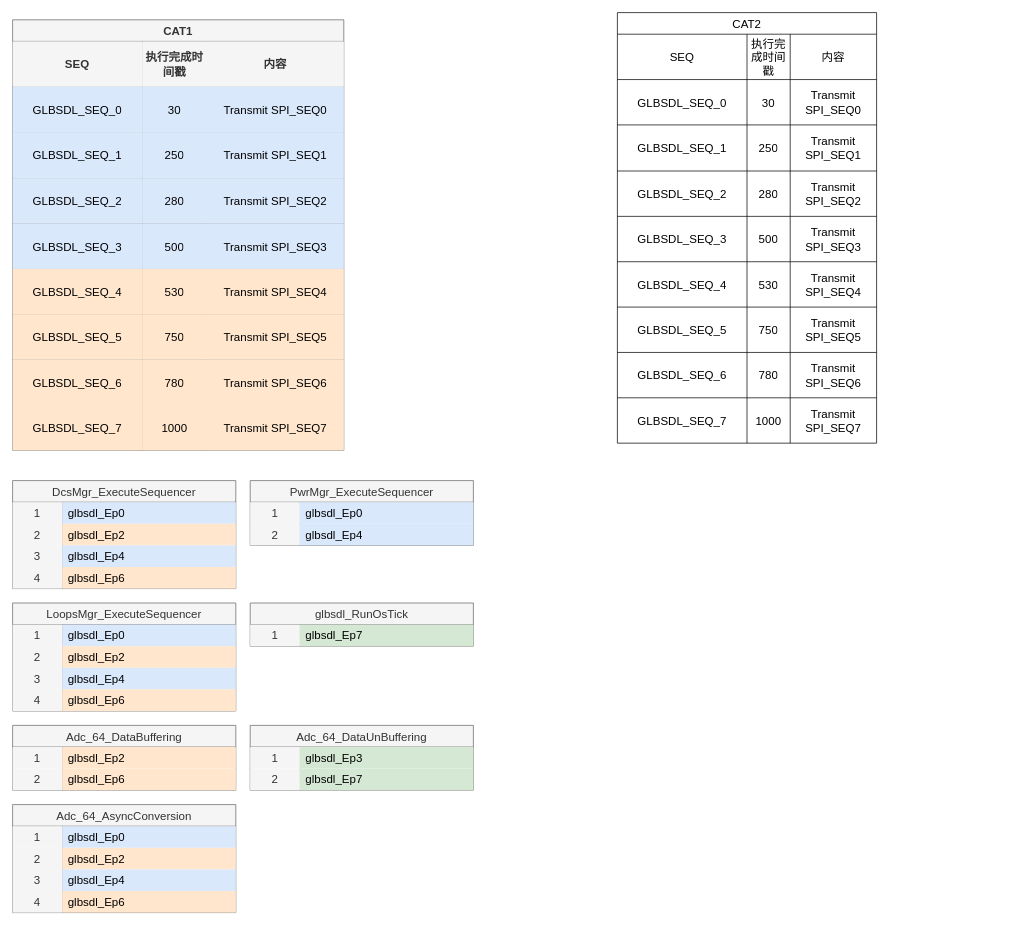
Before: glbsdl.drawio in woshitanwang/pics_procdure, a draw.io diagram. Source tidied: cells renumbered, new cells numbered last; positions are measured from the earlier drawing's top-left corner, leaving out a move shared by most shapes. Both pictures are drawn from the tidied source at 72%, with x=0, y=0 at pixel (12, 12).
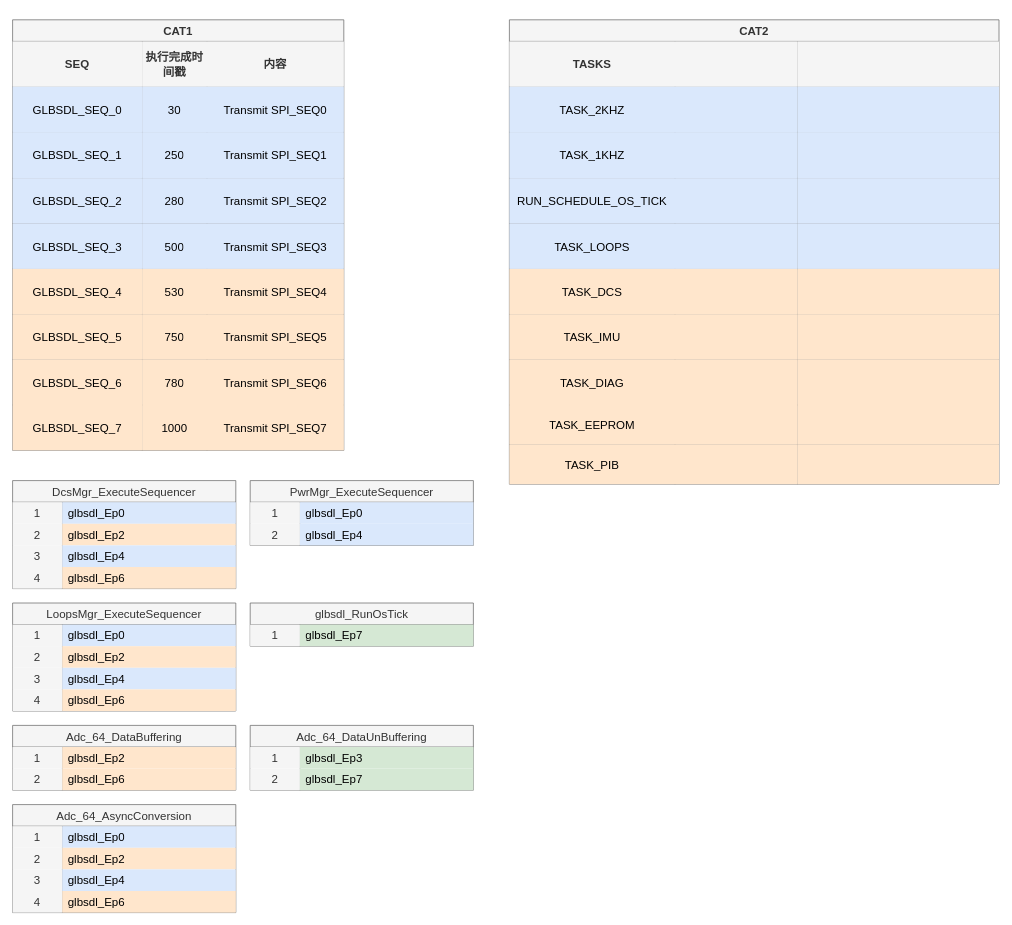
After the change.

Diff of the diagram source:
```diff
@@
-    <mxCell id="39" value="CAT2" style="shape=table;startSize=30;childLayout=tableLayout;strokeColor=default;fontSize=16;" parent="1" vertex="1">
-      <mxGeometry x="840" width="360" height="598" as="geometry" />
-    </mxCell>
-    <mxCell id="40" style="shape=tableRow;horizontal=0;startSize=0;swimlaneHead=0;swimlaneBody=0;strokeColor=inherit;top=0;left=0;bottom=0;right=0;fillColor=none;fontSize=16;" parent="39" vertex="1">
-      <mxGeometry y="30" width="360" height="63" as="geometry" />
-    </mxCell>
-    <mxCell id="41" value="SEQ" style="shape=partialRectangle;html=1;whiteSpace=wrap;strokeColor=inherit;overflow=hidden;fillColor=none;top=0;left=0;bottom=0;right=0;fontSize=16;" parent="40" vertex="1">
-      <mxGeometry width="180" height="63" as="geometry" />
-    </mxCell>
-    <mxCell id="42" value="执行完成时间戳" style="shape=partialRectangle;html=1;whiteSpace=wrap;strokeColor=inherit;overflow=hidden;fillColor=none;top=0;left=0;bottom=0;right=0;fontSize=16;" parent="40" vertex="1">
-      <mxGeometry x="180" width="60" height="63" as="geometry" />
-    </mxCell>
-    <mxCell id="43" value="内容" style="shape=partialRectangle;html=1;whiteSpace=wrap;strokeColor=inherit;overflow=hidden;fillColor=none;top=0;left=0;bottom=0;right=0;fontSize=16;" parent="40" vertex="1">
-      <mxGeometry x="240" width="120" height="63" as="geometry" />
-    </mxCell>
-    <mxCell id="44" style="shape=tableRow;horizontal=0;startSize=0;swimlaneHead=0;swimlaneBody=0;strokeColor=inherit;top=0;left=0;bottom=0;right=0;fillColor=none;fontSize=16;" parent="39" vertex="1">
-      <mxGeometry y="93" width="360" height="63" as="geometry" />
-    </mxCell>
-    <mxCell id="45" value="GLBSDL_SEQ_0" style="shape=partialRectangle;html=1;whiteSpace=wrap;strokeColor=inherit;overflow=hidden;fillColor=none;top=0;left=0;bottom=0;right=0;fontSize=16;" parent="44" vertex="1">
-      <mxGeometry width="180" height="63" as="geometry" />
-    </mxCell>
-    <mxCell id="46" value="30" style="shape=partialRectangle;html=1;whiteSpace=wrap;strokeColor=inherit;overflow=hidden;fillColor=none;top=0;left=0;bottom=0;right=0;fontSize=16;" parent="44" vertex="1">
-      <mxGeometry x="180" width="60" height="63" as="geometry" />
-    </mxCell>
-    <mxCell id="47" value="Transmit SPI_SEQ0" style="shape=partialRectangle;html=1;whiteSpace=wrap;strokeColor=inherit;overflow=hidden;fillColor=none;top=0;left=0;bottom=0;right=0;fontSize=16;" parent="44" vertex="1">
-      <mxGeometry x="240" width="120" height="63" as="geometry" />
-    </mxCell>
-    <mxCell id="48" style="shape=tableRow;horizontal=0;startSize=0;swimlaneHead=0;swimlaneBody=0;strokeColor=inherit;top=0;left=0;bottom=0;right=0;fillColor=none;fontSize=16;" parent="39" vertex="1">
-      <mxGeometry y="156" width="360" height="64" as="geometry" />
-    </mxCell>
-    <mxCell id="49" value="GLBSDL_SEQ_1" style="shape=partialRectangle;html=1;whiteSpace=wrap;strokeColor=inherit;overflow=hidden;fillColor=none;top=0;left=0;bottom=0;right=0;fontSize=16;" parent="48" vertex="1">
-      <mxGeometry width="180" height="64" as="geometry" />
-    </mxCell>
-    <mxCell id="50" value="250" style="shape=partialRectangle;html=1;whiteSpace=wrap;strokeColor=inherit;overflow=hidden;fillColor=none;top=0;left=0;bottom=0;right=0;fontSize=16;" parent="48" vertex="1">
-      <mxGeometry x="180" width="60" height="64" as="geometry" />
-    </mxCell>
-    <mxCell id="51" value="Transmit SPI_SEQ1" style="shape=partialRectangle;html=1;whiteSpace=wrap;strokeColor=inherit;overflow=hidden;fillColor=none;top=0;left=0;bottom=0;right=0;fontSize=16;" parent="48" vertex="1">
-      <mxGeometry x="240" width="120" height="64" as="geometry" />
-    </mxCell>
-    <mxCell id="52" style="shape=tableRow;horizontal=0;startSize=0;swimlaneHead=0;swimlaneBody=0;strokeColor=inherit;top=0;left=0;bottom=0;right=0;fillColor=none;fontSize=16;" parent="39" vertex="1">
-      <mxGeometry y="220" width="360" height="63" as="geometry" />
-    </mxCell>
-    <mxCell id="53" value="GLBSDL_SEQ_2" style="shape=partialRectangle;html=1;whiteSpace=wrap;strokeColor=inherit;overflow=hidden;fillColor=none;top=0;left=0;bottom=0;right=0;fontSize=16;" parent="52" vertex="1">
-      <mxGeometry width="180" height="63" as="geometry" />
-    </mxCell>
-    <mxCell id="54" value="280" style="shape=partialRectangle;html=1;whiteSpace=wrap;strokeColor=inherit;overflow=hidden;fillColor=none;top=0;left=0;bottom=0;right=0;fontSize=16;" parent="52" vertex="1">
-      <mxGeometry x="180" width="60" height="63" as="geometry" />
-    </mxCell>
-    <mxCell id="55" value="Transmit SPI_SEQ2" style="shape=partialRectangle;html=1;whiteSpace=wrap;strokeColor=inherit;overflow=hidden;fillColor=none;top=0;left=0;bottom=0;right=0;fontSize=16;" parent="52" vertex="1">
-      <mxGeometry x="240" width="120" height="63" as="geometry" />
-    </mxCell>
-    <mxCell id="56" style="shape=tableRow;horizontal=0;startSize=0;swimlaneHead=0;swimlaneBody=0;strokeColor=inherit;top=0;left=0;bottom=0;right=0;fillColor=none;fontSize=16;" parent="39" vertex="1">
-      <mxGeometry y="283" width="360" height="63" as="geometry" />
-    </mxCell>
-    <mxCell id="57" value="GLBSDL_SEQ_3" style="shape=partialRectangle;html=1;whiteSpace=wrap;strokeColor=inherit;overflow=hidden;fillColor=none;top=0;left=0;bottom=0;right=0;fontSize=16;" parent="56" vertex="1">
-      <mxGeometry width="180" height="63" as="geometry" />
-    </mxCell>
-    <mxCell id="58" value="500" style="shape=partialRectangle;html=1;whiteSpace=wrap;strokeColor=inherit;overflow=hidden;fillColor=none;top=0;left=0;bottom=0;right=0;fontSize=16;" parent="56" vertex="1">
-      <mxGeometry x="180" width="60" height="63" as="geometry" />
-    </mxCell>
-    <mxCell id="59" value="Transmit SPI_SEQ3" style="shape=partialRectangle;html=1;whiteSpace=wrap;strokeColor=inherit;overflow=hidden;fillColor=none;top=0;left=0;bottom=0;right=0;fontSize=16;" parent="56" vertex="1">
-      <mxGeometry x="240" width="120" height="63" as="geometry" />
-    </mxCell>
-    <mxCell id="60" style="shape=tableRow;horizontal=0;startSize=0;swimlaneHead=0;swimlaneBody=0;strokeColor=inherit;top=0;left=0;bottom=0;right=0;fillColor=none;fontSize=16;" parent="39" vertex="1">
-      <mxGeometry y="346" width="360" height="63" as="geometry" />
-    </mxCell>
-    <mxCell id="61" value="GLBSDL_SEQ_4" style="shape=partialRectangle;html=1;whiteSpace=wrap;strokeColor=inherit;overflow=hidden;fillColor=none;top=0;left=0;bottom=0;right=0;fontSize=16;" parent="60" vertex="1">
-      <mxGeometry width="180" height="63" as="geometry" />
-    </mxCell>
-    <mxCell id="62" value="530" style="shape=partialRectangle;html=1;whiteSpace=wrap;strokeColor=inherit;overflow=hidden;fillColor=none;top=0;left=0;bottom=0;right=0;fontSize=16;" parent="60" vertex="1">
-      <mxGeometry x="180" width="60" height="63" as="geometry" />
-    </mxCell>
-    <mxCell id="63" value="Transmit SPI_SEQ4" style="shape=partialRectangle;html=1;whiteSpace=wrap;strokeColor=inherit;overflow=hidden;fillColor=none;top=0;left=0;bottom=0;right=0;fontSize=16;" parent="60" vertex="1">
-      <mxGeometry x="240" width="120" height="63" as="geometry" />
-    </mxCell>
-    <mxCell id="64" style="shape=tableRow;horizontal=0;startSize=0;swimlaneHead=0;swimlaneBody=0;strokeColor=inherit;top=0;left=0;bottom=0;right=0;fillColor=none;fontSize=16;" parent="39" vertex="1">
-      <mxGeometry y="409" width="360" height="63" as="geometry" />
-    </mxCell>
-    <mxCell id="65" value="GLBSDL_SEQ_5" style="shape=partialRectangle;html=1;whiteSpace=wrap;strokeColor=inherit;overflow=hidden;fillColor=none;top=0;left=0;bottom=0;right=0;fontSize=16;" parent="64" vertex="1">
-      <mxGeometry width="180" height="63" as="geometry" />
-    </mxCell>
-    <mxCell id="66" value="750" style="shape=partialRectangle;html=1;whiteSpace=wrap;strokeColor=inherit;overflow=hidden;fillColor=none;top=0;left=0;bottom=0;right=0;fontSize=16;" parent="64" vertex="1">
-      <mxGeometry x="180" width="60" height="63" as="geometry" />
-    </mxCell>
-    <mxCell id="67" value="Transmit SPI_SEQ5" style="shape=partialRectangle;html=1;whiteSpace=wrap;strokeColor=inherit;overflow=hidden;fillColor=none;top=0;left=0;bottom=0;right=0;fontSize=16;" parent="64" vertex="1">
-      <mxGeometry x="240" width="120" height="63" as="geometry" />
-    </mxCell>
-    <mxCell id="68" style="shape=tableRow;horizontal=0;startSize=0;swimlaneHead=0;swimlaneBody=0;strokeColor=inherit;top=0;left=0;bottom=0;right=0;fillColor=none;fontSize=16;" parent="39" vertex="1">
-      <mxGeometry y="472" width="360" height="63" as="geometry" />
-    </mxCell>
-    <mxCell id="69" value="GLBSDL_SEQ_6" style="shape=partialRectangle;html=1;whiteSpace=wrap;strokeColor=inherit;overflow=hidden;fillColor=none;top=0;left=0;bottom=0;right=0;fontSize=16;" parent="68" vertex="1">
-      <mxGeometry width="180" height="63" as="geometry" />
-    </mxCell>
-    <mxCell id="70" value="780" style="shape=partialRectangle;html=1;whiteSpace=wrap;strokeColor=inherit;overflow=hidden;fillColor=none;top=0;left=0;bottom=0;right=0;fontSize=16;" parent="68" vertex="1">
-      <mxGeometry x="180" width="60" height="63" as="geometry" />
-    </mxCell>
-    <mxCell id="71" value="Transmit SPI_SEQ6" style="shape=partialRectangle;html=1;whiteSpace=wrap;strokeColor=inherit;overflow=hidden;fillColor=none;top=0;left=0;bottom=0;right=0;fontSize=16;" parent="68" vertex="1">
-      <mxGeometry x="240" width="120" height="63" as="geometry" />
-    </mxCell>
-    <mxCell id="72" style="shape=tableRow;horizontal=0;startSize=0;swimlaneHead=0;swimlaneBody=0;strokeColor=inherit;top=0;left=0;bottom=0;right=0;fillColor=none;fontSize=16;" parent="39" vertex="1">
-      <mxGeometry y="535" width="360" height="63" as="geometry" />
-    </mxCell>
-    <mxCell id="73" value="GLBSDL_SEQ_7" style="shape=partialRectangle;html=1;whiteSpace=wrap;strokeColor=inherit;overflow=hidden;fillColor=none;top=0;left=0;bottom=0;right=0;fontSize=16;" parent="72" vertex="1">
-      <mxGeometry width="180" height="63" as="geometry" />
-    </mxCell>
-    <mxCell id="74" value="1000" style="shape=partialRectangle;html=1;whiteSpace=wrap;strokeColor=inherit;overflow=hidden;fillColor=none;top=0;left=0;bottom=0;right=0;fontSize=16;" parent="72" vertex="1">
-      <mxGeometry x="180" width="60" height="63" as="geometry" />
-    </mxCell>
-    <mxCell id="75" value="Transmit SPI_SEQ7" style="shape=partialRectangle;html=1;whiteSpace=wrap;strokeColor=inherit;overflow=hidden;fillColor=none;top=0;left=0;bottom=0;right=0;fontSize=16;" parent="72" vertex="1">
-      <mxGeometry x="240" width="120" height="63" as="geometry" />
-    </mxCell>
@@
+    <mxCell id="39" value="CAT2" style="shape=table;startSize=30;childLayout=tableLayout;strokeColor=#666666;fontSize=16;fontStyle=1;fillColor=#f5f5f5;fontColor=#333333;" parent="1" vertex="1">
+      <mxGeometry x="690" y="10" width="680" height="645" as="geometry" />
+    </mxCell>
+    <mxCell id="140" style="shape=tableRow;horizontal=0;startSize=0;swimlaneHead=0;swimlaneBody=0;strokeColor=inherit;top=0;left=0;bottom=0;right=0;fillColor=none;fontSize=16;" parent="39" vertex="1">
+      <mxGeometry y="30" width="680" height="63" as="geometry" />
+    </mxCell>
+    <mxCell id="141" value="TASKS" style="shape=partialRectangle;html=1;whiteSpace=wrap;strokeColor=#666666;overflow=hidden;fillColor=#f5f5f5;top=0;left=0;bottom=0;right=0;fontSize=16;fontStyle=1;fontColor=#333333;" parent="140" vertex="1">
+      <mxGeometry width="230" height="63" as="geometry" />
+    </mxCell>
+    <mxCell id="142" style="shape=partialRectangle;html=1;whiteSpace=wrap;strokeColor=#666666;overflow=hidden;fillColor=#f5f5f5;top=0;left=0;bottom=0;right=0;fontSize=16;fontStyle=1;fontColor=#333333;" parent="140" vertex="1">
+      <mxGeometry x="230" width="170" height="63" as="geometry" />
+    </mxCell>
+    <mxCell id="143" style="shape=partialRectangle;html=1;whiteSpace=wrap;strokeColor=#666666;overflow=hidden;fillColor=#f5f5f5;top=0;left=0;bottom=0;right=0;fontSize=16;fontStyle=1;fontColor=#333333;" parent="140" vertex="1">
+      <mxGeometry x="400" width="280" height="63" as="geometry" />
+    </mxCell>
+    <mxCell id="144" style="shape=tableRow;horizontal=0;startSize=0;swimlaneHead=0;swimlaneBody=0;strokeColor=inherit;top=0;left=0;bottom=0;right=0;fillColor=none;fontSize=16;" parent="39" vertex="1">
+      <mxGeometry y="93" width="680" height="63" as="geometry" />
+    </mxCell>
+    <mxCell id="145" value="TASK_2KHZ" style="shape=partialRectangle;html=1;whiteSpace=wrap;strokeColor=#6c8ebf;overflow=hidden;fillColor=#dae8fc;top=0;left=0;bottom=0;right=0;fontSize=16;" parent="144" vertex="1">
+      <mxGeometry width="230" height="63" as="geometry" />
+    </mxCell>
+    <mxCell id="146" style="shape=partialRectangle;html=1;whiteSpace=wrap;strokeColor=#6c8ebf;overflow=hidden;fillColor=#dae8fc;top=0;left=0;bottom=0;right=0;fontSize=16;" parent="144" vertex="1">
+      <mxGeometry x="230" width="170" height="63" as="geometry" />
+    </mxCell>
+    <mxCell id="147" style="shape=partialRectangle;html=1;whiteSpace=wrap;strokeColor=#6c8ebf;overflow=hidden;fillColor=#dae8fc;top=0;left=0;bottom=0;right=0;fontSize=16;" parent="144" vertex="1">
+      <mxGeometry x="400" width="280" height="63" as="geometry" />
+    </mxCell>
+    <mxCell id="148" style="shape=tableRow;horizontal=0;startSize=0;swimlaneHead=0;swimlaneBody=0;strokeColor=inherit;top=0;left=0;bottom=0;right=0;fillColor=none;fontSize=16;" parent="39" vertex="1">
+      <mxGeometry y="156" width="680" height="64" as="geometry" />
+    </mxCell>
+    <mxCell id="149" value="TASK_1KHZ" style="shape=partialRectangle;html=1;whiteSpace=wrap;strokeColor=#6c8ebf;overflow=hidden;fillColor=#dae8fc;top=0;left=0;bottom=0;right=0;fontSize=16;" parent="148" vertex="1">
+      <mxGeometry width="230" height="64" as="geometry" />
+    </mxCell>
+    <mxCell id="150" style="shape=partialRectangle;html=1;whiteSpace=wrap;strokeColor=#6c8ebf;overflow=hidden;fillColor=#dae8fc;top=0;left=0;bottom=0;right=0;fontSize=16;" parent="148" vertex="1">
+      <mxGeometry x="230" width="170" height="64" as="geometry" />
+    </mxCell>
+    <mxCell id="151" style="shape=partialRectangle;html=1;whiteSpace=wrap;strokeColor=#6c8ebf;overflow=hidden;fillColor=#dae8fc;top=0;left=0;bottom=0;right=0;fontSize=16;" parent="148" vertex="1">
+      <mxGeometry x="400" width="280" height="64" as="geometry" />
+    </mxCell>
+    <mxCell id="152" style="shape=tableRow;horizontal=0;startSize=0;swimlaneHead=0;swimlaneBody=0;strokeColor=inherit;top=0;left=0;bottom=0;right=0;fillColor=none;fontSize=16;" parent="39" vertex="1">
+      <mxGeometry y="220" width="680" height="63" as="geometry" />
+    </mxCell>
+    <mxCell id="153" value="RUN_SCHEDULE_OS_TICK" style="shape=partialRectangle;html=1;whiteSpace=wrap;strokeColor=#6c8ebf;overflow=hidden;fillColor=#dae8fc;top=0;left=0;bottom=0;right=0;fontSize=16;" parent="152" vertex="1">
+      <mxGeometry width="230" height="63" as="geometry" />
+    </mxCell>
+    <mxCell id="154" style="shape=partialRectangle;html=1;whiteSpace=wrap;strokeColor=#6c8ebf;overflow=hidden;fillColor=#dae8fc;top=0;left=0;bottom=0;right=0;fontSize=16;" parent="152" vertex="1">
+      <mxGeometry x="230" width="170" height="63" as="geometry" />
+    </mxCell>
+    <mxCell id="155" style="shape=partialRectangle;html=1;whiteSpace=wrap;strokeColor=#6c8ebf;overflow=hidden;fillColor=#dae8fc;top=0;left=0;bottom=0;right=0;fontSize=16;" parent="152" vertex="1">
+      <mxGeometry x="400" width="280" height="63" as="geometry" />
+    </mxCell>
+    <mxCell id="156" style="shape=tableRow;horizontal=0;startSize=0;swimlaneHead=0;swimlaneBody=0;strokeColor=inherit;top=0;left=0;bottom=0;right=0;fillColor=none;fontSize=16;" parent="39" vertex="1">
+      <mxGeometry y="283" width="680" height="63" as="geometry" />
+    </mxCell>
+    <mxCell id="157" value="TASK_LOOPS" style="shape=partialRectangle;html=1;whiteSpace=wrap;strokeColor=#6c8ebf;overflow=hidden;fillColor=#dae8fc;top=0;left=0;bottom=0;right=0;fontSize=16;" parent="156" vertex="1">
+      <mxGeometry width="230" height="63" as="geometry" />
+    </mxCell>
+    <mxCell id="158" style="shape=partialRectangle;html=1;whiteSpace=wrap;strokeColor=#6c8ebf;overflow=hidden;fillColor=#dae8fc;top=0;left=0;bottom=0;right=0;fontSize=16;" parent="156" vertex="1">
+      <mxGeometry x="230" width="170" height="63" as="geometry" />
+    </mxCell>
+    <mxCell id="159" style="shape=partialRectangle;html=1;whiteSpace=wrap;strokeColor=#6c8ebf;overflow=hidden;fillColor=#dae8fc;top=0;left=0;bottom=0;right=0;fontSize=16;" parent="156" vertex="1">
+      <mxGeometry x="400" width="280" height="63" as="geometry" />
+    </mxCell>
+    <mxCell id="160" style="shape=tableRow;horizontal=0;startSize=0;swimlaneHead=0;swimlaneBody=0;strokeColor=inherit;top=0;left=0;bottom=0;right=0;fillColor=none;fontSize=16;" parent="39" vertex="1">
+      <mxGeometry y="346" width="680" height="63" as="geometry" />
+    </mxCell>
+    <mxCell id="161" value="TASK_DCS" style="shape=partialRectangle;html=1;whiteSpace=wrap;strokeColor=#d79b00;overflow=hidden;fillColor=#ffe6cc;top=0;left=0;bottom=0;right=0;fontSize=16;" parent="160" vertex="1">
+      <mxGeometry width="230" height="63" as="geometry" />
+    </mxCell>
+    <mxCell id="162" style="shape=partialRectangle;html=1;whiteSpace=wrap;strokeColor=#d79b00;overflow=hidden;fillColor=#ffe6cc;top=0;left=0;bottom=0;right=0;fontSize=16;" parent="160" vertex="1">
+      <mxGeometry x="230" width="170" height="63" as="geometry" />
+    </mxCell>
+    <mxCell id="163" style="shape=partialRectangle;html=1;whiteSpace=wrap;strokeColor=#d79b00;overflow=hidden;fillColor=#ffe6cc;top=0;left=0;bottom=0;right=0;fontSize=16;" parent="160" vertex="1">
+      <mxGeometry x="400" width="280" height="63" as="geometry" />
+    </mxCell>
+    <mxCell id="164" style="shape=tableRow;horizontal=0;startSize=0;swimlaneHead=0;swimlaneBody=0;strokeColor=inherit;top=0;left=0;bottom=0;right=0;fillColor=none;fontSize=16;" parent="39" vertex="1">
+      <mxGeometry y="409" width="680" height="63" as="geometry" />
+    </mxCell>
+    <mxCell id="165" value="TASK_IMU" style="shape=partialRectangle;html=1;whiteSpace=wrap;strokeColor=#d79b00;overflow=hidden;fillColor=#ffe6cc;top=0;left=0;bottom=0;right=0;fontSize=16;" parent="164" vertex="1">
+      <mxGeometry width="230" height="63" as="geometry" />
+    </mxCell>
+    <mxCell id="166" style="shape=partialRectangle;html=1;whiteSpace=wrap;strokeColor=#d79b00;overflow=hidden;fillColor=#ffe6cc;top=0;left=0;bottom=0;right=0;fontSize=16;" parent="164" vertex="1">
+      <mxGeometry x="230" width="170" height="63" as="geometry" />
+    </mxCell>
+    <mxCell id="167" style="shape=partialRectangle;html=1;whiteSpace=wrap;strokeColor=#d79b00;overflow=hidden;fillColor=#ffe6cc;top=0;left=0;bottom=0;right=0;fontSize=16;" parent="164" vertex="1">
+      <mxGeometry x="400" width="280" height="63" as="geometry" />
+    </mxCell>
+    <mxCell id="168" style="shape=tableRow;horizontal=0;startSize=0;swimlaneHead=0;swimlaneBody=0;strokeColor=inherit;top=0;left=0;bottom=0;right=0;fillColor=none;fontSize=16;" parent="39" vertex="1">
+      <mxGeometry y="472" width="680" height="63" as="geometry" />
+    </mxCell>
+    <mxCell id="169" value="TASK_DIAG" style="shape=partialRectangle;html=1;whiteSpace=wrap;strokeColor=#d79b00;overflow=hidden;fillColor=#ffe6cc;top=0;left=0;bottom=0;right=0;fontSize=16;" parent="168" vertex="1">
+      <mxGeometry width="230" height="63" as="geometry" />
+    </mxCell>
+    <mxCell id="170" style="shape=partialRectangle;html=1;whiteSpace=wrap;strokeColor=#d79b00;overflow=hidden;fillColor=#ffe6cc;top=0;left=0;bottom=0;right=0;fontSize=16;" parent="168" vertex="1">
+      <mxGeometry x="230" width="170" height="63" as="geometry" />
+    </mxCell>
+    <mxCell id="171" style="shape=partialRectangle;html=1;whiteSpace=wrap;strokeColor=#d79b00;overflow=hidden;fillColor=#ffe6cc;top=0;left=0;bottom=0;right=0;fontSize=16;" parent="168" vertex="1">
+      <mxGeometry x="400" width="280" height="63" as="geometry" />
+    </mxCell>
+    <mxCell id="172" style="shape=tableRow;horizontal=0;startSize=0;swimlaneHead=0;swimlaneBody=0;strokeColor=inherit;top=0;left=0;bottom=0;right=0;fillColor=none;fontSize=16;" parent="39" vertex="1">
+      <mxGeometry y="535" width="680" height="55" as="geometry" />
+    </mxCell>
+    <mxCell id="173" value="TASK_EEPROM" style="shape=partialRectangle;html=1;whiteSpace=wrap;strokeColor=#d79b00;overflow=hidden;fillColor=#ffe6cc;top=0;left=0;bottom=0;right=0;fontSize=16;" parent="172" vertex="1">
+      <mxGeometry width="230" height="55" as="geometry" />
+    </mxCell>
+    <mxCell id="174" style="shape=partialRectangle;html=1;whiteSpace=wrap;strokeColor=#d79b00;overflow=hidden;fillColor=#ffe6cc;top=0;left=0;bottom=0;right=0;fontSize=16;" parent="172" vertex="1">
+      <mxGeometry x="230" width="170" height="55" as="geometry" />
+    </mxCell>
+    <mxCell id="175" style="shape=partialRectangle;html=1;whiteSpace=wrap;strokeColor=#d79b00;overflow=hidden;fillColor=#ffe6cc;top=0;left=0;bottom=0;right=0;fontSize=16;" parent="172" vertex="1">
+      <mxGeometry x="400" width="280" height="55" as="geometry" />
+    </mxCell>
+    <mxCell id="176" style="shape=tableRow;horizontal=0;startSize=0;swimlaneHead=0;swimlaneBody=0;strokeColor=inherit;top=0;left=0;bottom=0;right=0;fillColor=none;fontSize=16;" parent="39" vertex="1">
+      <mxGeometry y="590" width="680" height="55" as="geometry" />
+    </mxCell>
+    <mxCell id="177" value="TASK_PIB" style="shape=partialRectangle;html=1;whiteSpace=wrap;strokeColor=#d79b00;overflow=hidden;fillColor=#ffe6cc;top=0;left=0;bottom=0;right=0;fontSize=16;" parent="176" vertex="1">
+      <mxGeometry width="230" height="55" as="geometry" />
+    </mxCell>
+    <mxCell id="178" style="shape=partialRectangle;html=1;whiteSpace=wrap;strokeColor=#d79b00;overflow=hidden;fillColor=#ffe6cc;top=0;left=0;bottom=0;right=0;fontSize=16;" parent="176" vertex="1">
+      <mxGeometry x="230" width="170" height="55" as="geometry" />
+    </mxCell>
+    <mxCell id="179" style="shape=partialRectangle;html=1;whiteSpace=wrap;strokeColor=#d79b00;overflow=hidden;fillColor=#ffe6cc;top=0;left=0;bottom=0;right=0;fontSize=16;" parent="176" vertex="1">
+      <mxGeometry x="400" width="280" height="55" as="geometry" />
+    </mxCell>
```
